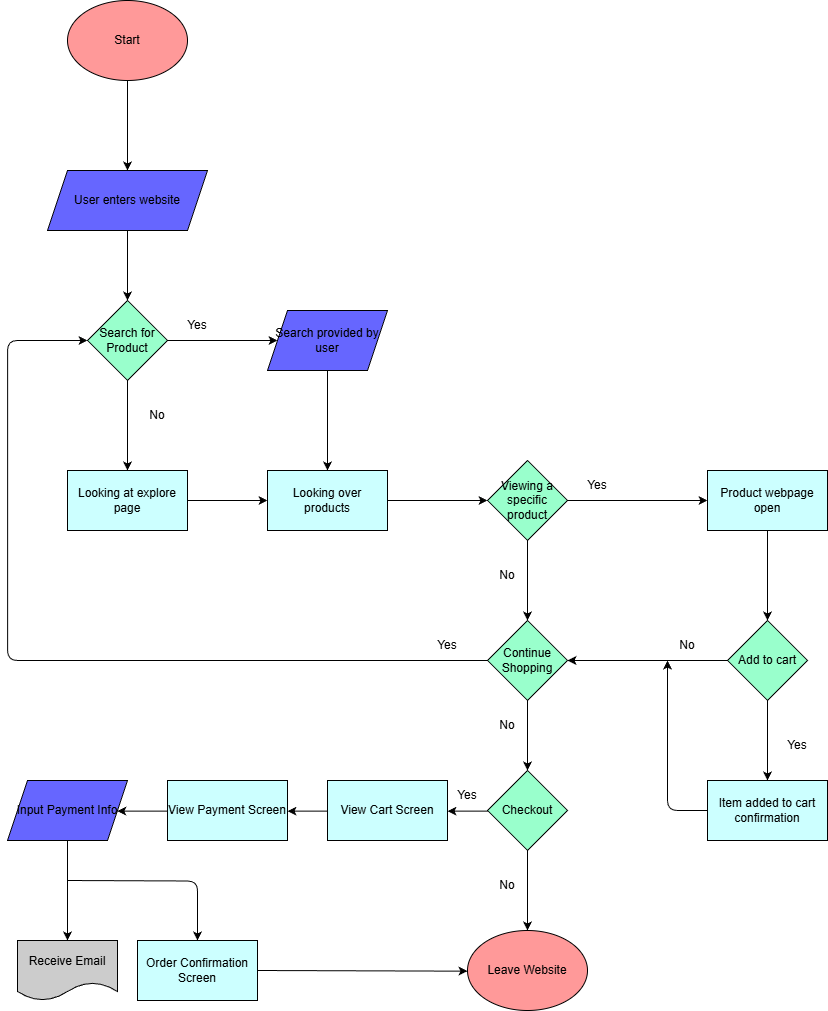
AdamZh1/sp26-cse110-lab4 keeps this draw.io diagram as explore/diagramming/diagram.drawio.png. Above is the earlier version. Source tidied: cells renumbered, new cells last; positions are measured from the earlier drawing's top-left corner, leaving out a move shared by most shapes. Its diagram source:
```xml
<mxGraphModel>
  <root>
    <mxCell id="0" />
    <mxCell id="1" parent="0" />
    <mxCell id="2" style="edgeStyle=none;html=1;" parent="1" edge="1" source="3" target="5">
      <mxGeometry relative="1" as="geometry" />
    </mxCell>
    <mxCell id="3" value="Start" style="ellipse;whiteSpace=wrap;html=1;fillColor=#FF9999;" parent="1" vertex="1">
      <mxGeometry x="60" width="120" height="80" as="geometry" />
    </mxCell>
    <mxCell id="4" style="edgeStyle=none;html=1;" parent="1" edge="1" source="5" target="8">
      <mxGeometry relative="1" as="geometry" />
    </mxCell>
    <mxCell id="5" value="User enters website" style="shape=parallelogram;perimeter=parallelogramPerimeter;whiteSpace=wrap;html=1;fixedSize=1;fillColor=#6666FF;" parent="1" vertex="1">
      <mxGeometry x="40" y="170" width="160" height="60" as="geometry" />
    </mxCell>
    <mxCell id="6" style="edgeStyle=none;html=1;" parent="1" edge="1" source="8" target="10">
      <mxGeometry relative="1" as="geometry" />
    </mxCell>
    <mxCell id="7" style="edgeStyle=none;html=1;" parent="1" edge="1" source="8" target="12">
      <mxGeometry relative="1" as="geometry" />
    </mxCell>
    <mxCell id="8" value="Search for Product" style="rhombus;whiteSpace=wrap;html=1;fillColor=#99FFCC;" parent="1" vertex="1">
      <mxGeometry x="80" y="300" width="80" height="80" as="geometry" />
    </mxCell>
    <mxCell id="9" style="edgeStyle=none;html=1;" parent="1" edge="1" source="10" target="16">
      <mxGeometry relative="1" as="geometry" />
    </mxCell>
    <mxCell id="10" value="Search provided by user" style="shape=parallelogram;perimeter=parallelogramPerimeter;whiteSpace=wrap;html=1;fixedSize=1;fillColor=#6666FF;" parent="1" vertex="1">
      <mxGeometry x="260" y="310" width="120" height="60" as="geometry" />
    </mxCell>
    <mxCell id="11" style="edgeStyle=none;html=1;" parent="1" edge="1" source="12" target="16">
      <mxGeometry relative="1" as="geometry" />
    </mxCell>
    <mxCell id="12" value="Looking at explore page" style="whiteSpace=wrap;html=1;fillColor=#CCFFFF;" parent="1" vertex="1">
      <mxGeometry x="60" y="470" width="120" height="60" as="geometry" />
    </mxCell>
    <mxCell id="13" value="Yes" style="text;strokeColor=none;align=center;fillColor=none;html=1;verticalAlign=middle;whiteSpace=wrap;rounded=0;" parent="1" vertex="1">
      <mxGeometry x="160" y="310" width="60" height="30" as="geometry" />
    </mxCell>
    <mxCell id="14" value="No" style="text;strokeColor=none;align=center;fillColor=none;html=1;verticalAlign=middle;whiteSpace=wrap;rounded=0;" parent="1" vertex="1">
      <mxGeometry x="120" y="400" width="60" height="30" as="geometry" />
    </mxCell>
    <mxCell id="15" style="edgeStyle=none;html=1;" parent="1" edge="1" source="16" target="19">
      <mxGeometry relative="1" as="geometry" />
    </mxCell>
    <mxCell id="16" value="Looking over products" style="whiteSpace=wrap;html=1;fillColor=#CCFFFF;" parent="1" vertex="1">
      <mxGeometry x="260" y="470" width="120" height="60" as="geometry" />
    </mxCell>
    <mxCell id="17" style="edgeStyle=none;html=1;" parent="1" edge="1" source="19" target="21">
      <mxGeometry relative="1" as="geometry" />
    </mxCell>
    <mxCell id="18" style="edgeStyle=none;html=1;" parent="1" edge="1" source="19" target="24">
      <mxGeometry relative="1" as="geometry" />
    </mxCell>
    <mxCell id="19" value="Viewing a specific product" style="rhombus;whiteSpace=wrap;html=1;fillColor=#99FFCC;" parent="1" vertex="1">
      <mxGeometry x="480" y="460" width="80" height="80" as="geometry" />
    </mxCell>
    <mxCell id="20" style="edgeStyle=none;html=1;" parent="1" edge="1" source="21" target="27">
      <mxGeometry relative="1" as="geometry" />
    </mxCell>
    <mxCell id="21" value="Product webpage open" style="whiteSpace=wrap;html=1;fillColor=#CCFFFF;" parent="1" vertex="1">
      <mxGeometry x="700" y="470" width="120" height="60" as="geometry" />
    </mxCell>
    <mxCell id="22" style="edgeStyle=elbowEdgeStyle;shape=connector;rounded=1;elbow=vertical;html=1;strokeColor=default;align=center;verticalAlign=middle;fontFamily=Helvetica;fontSize=11;fontColor=default;labelBackgroundColor=default;endArrow=classic;" parent="1" edge="1" source="24" target="35">
      <mxGeometry relative="1" as="geometry" />
    </mxCell>
    <mxCell id="23" style="edgeStyle=orthogonalEdgeStyle;shape=connector;rounded=1;elbow=vertical;html=1;exitX=0;exitY=0.5;exitDx=0;exitDy=0;strokeColor=default;align=center;verticalAlign=middle;fontFamily=Helvetica;fontSize=11;fontColor=default;labelBackgroundColor=default;endArrow=classic;entryX=0;entryY=0.5;entryDx=0;entryDy=0;" parent="1" edge="1" source="24" target="8">
      <mxGeometry relative="1" as="geometry">
        <Array as="points">
          <mxPoint y="660" />
          <mxPoint y="340" />
        </Array>
      </mxGeometry>
    </mxCell>
    <mxCell id="24" value="Continue Shopping" style="rhombus;whiteSpace=wrap;html=1;fillColor=#99FFCC;" parent="1" vertex="1">
      <mxGeometry x="480" y="620" width="80" height="80" as="geometry" />
    </mxCell>
    <mxCell id="25" style="edgeStyle=none;html=1;entryX=1;entryY=0.5;entryDx=0;entryDy=0;" parent="1" edge="1" source="27" target="24">
      <mxGeometry relative="1" as="geometry" />
    </mxCell>
    <mxCell id="26" style="edgeStyle=none;html=1;entryX=0.5;entryY=0;entryDx=0;entryDy=0;" parent="1" edge="1" source="27" target="32">
      <mxGeometry relative="1" as="geometry" />
    </mxCell>
    <mxCell id="27" value="Add to cart" style="rhombus;whiteSpace=wrap;html=1;fillColor=#99FFCC;" parent="1" vertex="1">
      <mxGeometry x="720" y="620" width="80" height="80" as="geometry" />
    </mxCell>
    <mxCell id="28" value="Yes" style="text;strokeColor=none;align=center;fillColor=none;html=1;verticalAlign=middle;whiteSpace=wrap;rounded=0;" parent="1" vertex="1">
      <mxGeometry x="560" y="470" width="60" height="30" as="geometry" />
    </mxCell>
    <mxCell id="29" value="No" style="text;strokeColor=none;align=center;fillColor=none;html=1;verticalAlign=middle;whiteSpace=wrap;rounded=0;" parent="1" vertex="1">
      <mxGeometry x="470" y="560" width="60" height="30" as="geometry" />
    </mxCell>
    <mxCell id="30" style="edgeStyle=none;html=1;" parent="1" edge="1" target="24">
      <mxGeometry relative="1" as="geometry">
        <mxPoint x="610" y="660" as="sourcePoint" />
      </mxGeometry>
    </mxCell>
    <mxCell id="31" style="edgeStyle=elbowEdgeStyle;html=1;exitX=0;exitY=0.5;exitDx=0;exitDy=0;elbow=vertical;" parent="1" edge="1" source="32">
      <mxGeometry relative="1" as="geometry">
        <mxPoint x="660" y="660" as="targetPoint" />
        <Array as="points">
          <mxPoint x="700" y="810" />
        </Array>
      </mxGeometry>
    </mxCell>
    <mxCell id="32" value="Item added to cart confirmation" style="whiteSpace=wrap;html=1;fillColor=#CCFFFF;" parent="1" vertex="1">
      <mxGeometry x="700" y="780" width="120" height="60" as="geometry" />
    </mxCell>
    <mxCell id="33" style="edgeStyle=elbowEdgeStyle;shape=connector;rounded=1;elbow=vertical;html=1;strokeColor=default;align=center;verticalAlign=middle;fontFamily=Helvetica;fontSize=11;fontColor=default;labelBackgroundColor=default;endArrow=classic;" parent="1" edge="1" source="35">
      <mxGeometry relative="1" as="geometry">
        <mxPoint x="520" y="930" as="targetPoint" />
      </mxGeometry>
    </mxCell>
    <mxCell id="34" style="edgeStyle=elbowEdgeStyle;shape=connector;rounded=1;elbow=vertical;html=1;strokeColor=default;align=center;verticalAlign=middle;fontFamily=Helvetica;fontSize=11;fontColor=default;labelBackgroundColor=default;endArrow=classic;" parent="1" edge="1" source="35" target="42">
      <mxGeometry relative="1" as="geometry" />
    </mxCell>
    <mxCell id="35" value="Checkout" style="rhombus;whiteSpace=wrap;html=1;fillColor=#99FFCC;" parent="1" vertex="1">
      <mxGeometry x="480" y="770" width="80" height="80" as="geometry" />
    </mxCell>
    <mxCell id="36" value="Leave Website" style="ellipse;whiteSpace=wrap;html=1;fillColor=#FF9999;" parent="1" vertex="1">
      <mxGeometry x="460" y="930" width="120" height="80" as="geometry" />
    </mxCell>
    <mxCell id="37" value="Yes" style="text;strokeColor=none;align=center;fillColor=none;html=1;verticalAlign=middle;whiteSpace=wrap;rounded=0;" parent="1" vertex="1">
      <mxGeometry x="760" y="730" width="60" height="30" as="geometry" />
    </mxCell>
    <mxCell id="38" value="Yes" style="text;strokeColor=none;align=center;fillColor=none;html=1;verticalAlign=middle;whiteSpace=wrap;rounded=0;" parent="1" vertex="1">
      <mxGeometry x="410" y="630" width="60" height="30" as="geometry" />
    </mxCell>
    <mxCell id="39" value="No" style="text;strokeColor=none;align=center;fillColor=none;html=1;verticalAlign=middle;whiteSpace=wrap;rounded=0;" parent="1" vertex="1">
      <mxGeometry x="470" y="710" width="60" height="30" as="geometry" />
    </mxCell>
    <mxCell id="40" value="No" style="text;strokeColor=none;align=center;fillColor=none;html=1;verticalAlign=middle;whiteSpace=wrap;rounded=0;" parent="1" vertex="1">
      <mxGeometry x="650" y="630" width="60" height="30" as="geometry" />
    </mxCell>
    <mxCell id="41" style="edgeStyle=elbowEdgeStyle;shape=connector;rounded=1;elbow=vertical;html=1;strokeColor=default;align=center;verticalAlign=middle;fontFamily=Helvetica;fontSize=11;fontColor=default;labelBackgroundColor=default;endArrow=classic;" parent="1" edge="1" source="42" target="44">
      <mxGeometry relative="1" as="geometry" />
    </mxCell>
    <mxCell id="42" value="View Cart Screen" style="whiteSpace=wrap;html=1;fillColor=#CCFFFF;" parent="1" vertex="1">
      <mxGeometry x="320" y="780" width="120" height="60" as="geometry" />
    </mxCell>
    <mxCell id="43" style="edgeStyle=elbowEdgeStyle;shape=connector;rounded=1;elbow=vertical;html=1;strokeColor=default;align=center;verticalAlign=middle;fontFamily=Helvetica;fontSize=11;fontColor=default;labelBackgroundColor=default;endArrow=classic;" parent="1" edge="1" source="44" target="46">
      <mxGeometry relative="1" as="geometry" />
    </mxCell>
    <mxCell id="44" value="View Payment Screen" style="whiteSpace=wrap;html=1;fillColor=#CCFFFF;" parent="1" vertex="1">
      <mxGeometry x="160" y="780" width="120" height="60" as="geometry" />
    </mxCell>
    <mxCell id="45" style="edgeStyle=elbowEdgeStyle;shape=connector;rounded=1;elbow=vertical;html=1;strokeColor=default;align=center;verticalAlign=middle;fontFamily=Helvetica;fontSize=11;fontColor=default;labelBackgroundColor=default;endArrow=classic;entryX=0.5;entryY=0;entryDx=0;entryDy=0;" parent="1" edge="1" source="46" target="48">
      <mxGeometry relative="1" as="geometry" />
    </mxCell>
    <mxCell id="46" value="Input Payment Info" style="shape=parallelogram;perimeter=parallelogramPerimeter;whiteSpace=wrap;html=1;fixedSize=1;fillColor=#6666FF;" parent="1" vertex="1">
      <mxGeometry y="780" width="120" height="60" as="geometry" />
    </mxCell>
    <mxCell id="47" style="edgeStyle=orthogonalEdgeStyle;jettySize=auto;html=1;rounded=1;strokeColor=default;align=center;verticalAlign=middle;fontFamily=Helvetica;fontSize=11;fontColor=default;labelBackgroundColor=default;elbow=vertical;endArrow=classic;entryX=0.5;entryY=0;entryDx=0;entryDy=0;" parent="1" edge="1" target="50">
      <mxGeometry relative="1" as="geometry">
        <mxPoint x="60" y="880" as="sourcePoint" />
      </mxGeometry>
    </mxCell>
    <mxCell id="48" value="Receive Email" style="shape=document;whiteSpace=wrap;html=1;boundedLbl=1;fillColor=#CCCCCC;" parent="1" vertex="1">
      <mxGeometry x="10" y="940" width="100" height="60" as="geometry" />
    </mxCell>
    <mxCell id="49" style="edgeStyle=elbowEdgeStyle;shape=connector;rounded=1;elbow=vertical;html=1;exitX=1;exitY=0.5;exitDx=0;exitDy=0;entryX=0;entryY=0.5;entryDx=0;entryDy=0;strokeColor=default;align=center;verticalAlign=middle;fontFamily=Helvetica;fontSize=11;fontColor=default;labelBackgroundColor=default;endArrow=classic;" parent="1" edge="1" source="50" target="36">
      <mxGeometry relative="1" as="geometry" />
    </mxCell>
    <mxCell id="50" value="Order Confirmation Screen" style="whiteSpace=wrap;html=1;fillColor=#CCFFFF;" parent="1" vertex="1">
      <mxGeometry x="130" y="940" width="120" height="60" as="geometry" />
    </mxCell>
    <mxCell id="51" value="Yes" style="text;strokeColor=none;align=center;fillColor=none;html=1;verticalAlign=middle;whiteSpace=wrap;rounded=0;" parent="1" vertex="1">
      <mxGeometry x="430" y="780" width="60" height="30" as="geometry" />
    </mxCell>
    <mxCell id="52" value="No" style="text;strokeColor=none;align=center;fillColor=none;html=1;verticalAlign=middle;whiteSpace=wrap;rounded=0;" parent="1" vertex="1">
      <mxGeometry x="470" y="870" width="60" height="30" as="geometry" />
    </mxCell>
  </root>
</mxGraphModel>
```
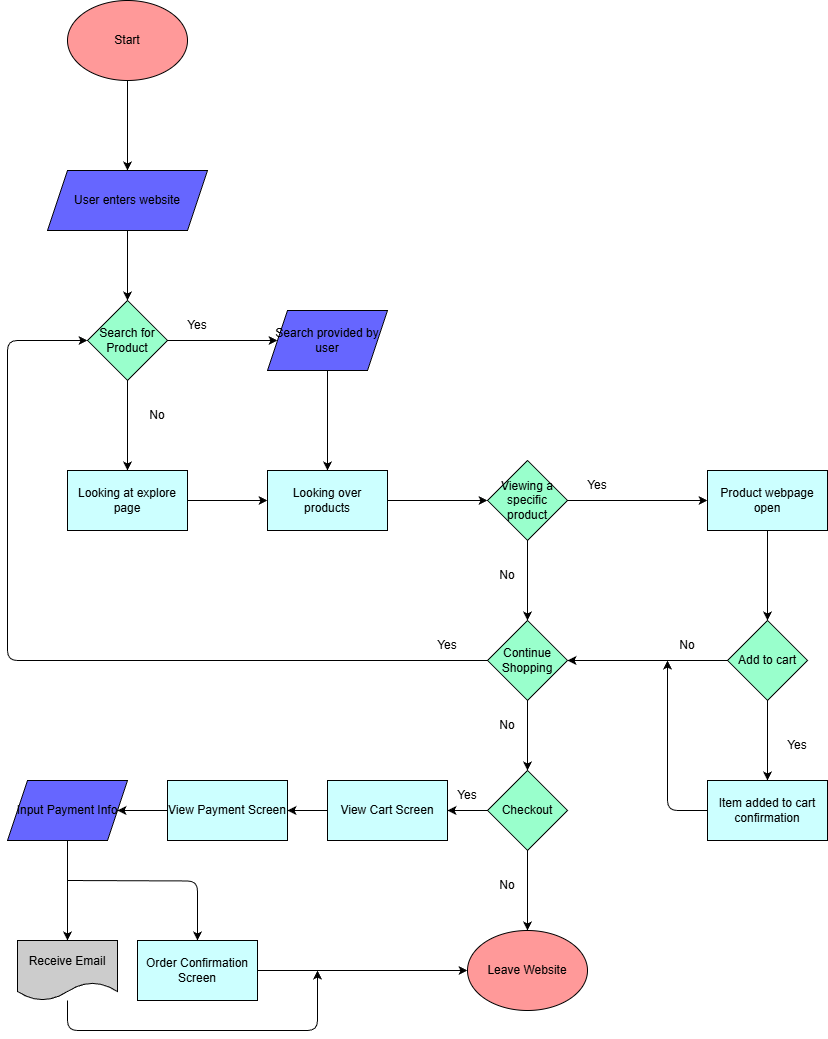
Later version of the same file.

The edit, as a diff of the source:
```diff
@@ -156,6 +156,14 @@
         <mxPoint x="60" y="880" as="sourcePoint" />
       </mxGeometry>
     </mxCell>
+    <mxCell id="53" style="edgeStyle=orthogonalEdgeStyle;html=1;" parent="1" edge="1" source="48">
+      <mxGeometry relative="1" as="geometry">
+        <mxPoint x="310" y="970" as="targetPoint" />
+        <Array as="points">
+          <mxPoint x="60" y="1030" />
+        </Array>
+      </mxGeometry>
+    </mxCell>
     <mxCell id="48" value="Receive Email" style="shape=document;whiteSpace=wrap;html=1;boundedLbl=1;fillColor=#CCCCCC;" parent="1" vertex="1">
       <mxGeometry x="10" y="940" width="100" height="60" as="geometry" />
     </mxCell>
```
